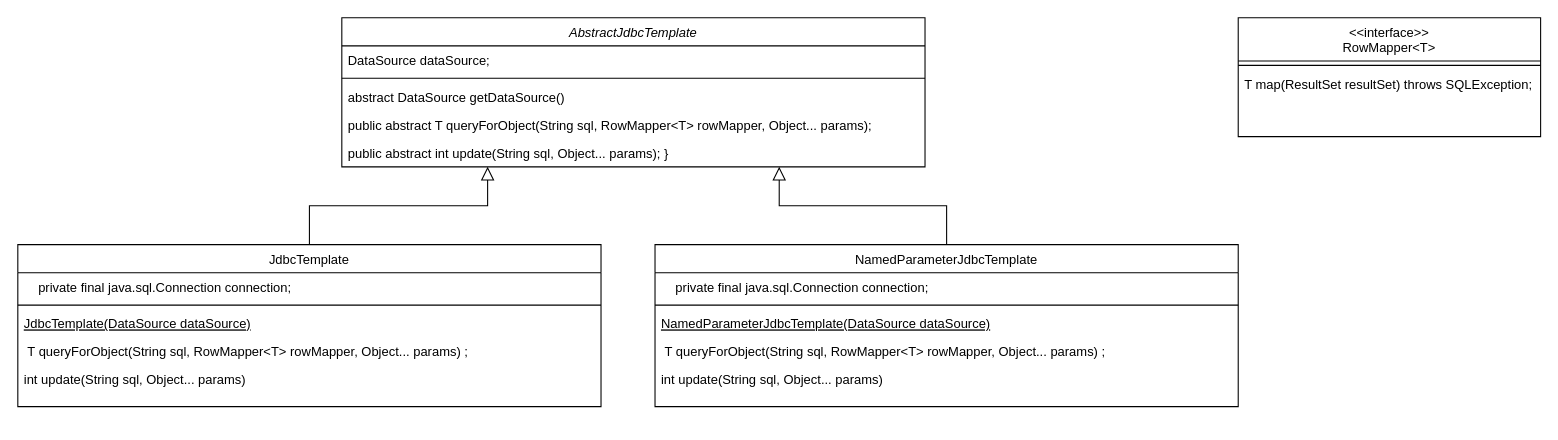
ValentynaBondarenko/jdbc-template keeps this draw.io diagram as JDBC-Template.drawio. Above is the earlier version. Source tidied: cells renumbered, new cells numbered last; positions are measured from the earlier drawing's top-left corner, leaving out a move shared by most shapes. Both pictures are drawn from the tidied source at 108%, with x=0, y=0 at pixel (17, 17).
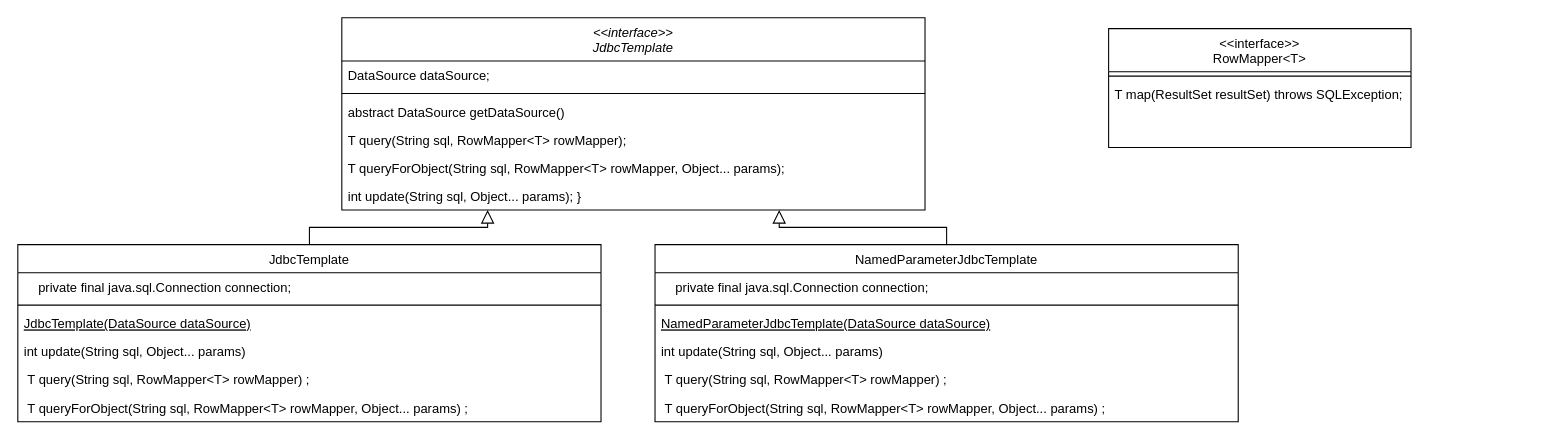
After the change.

What changed in the source:
```diff
@@
-    <mxCell id="2" value="AbstractJdbcTemplate" style="swimlane;fontStyle=2;align=center;verticalAlign=top;horizontal=1;startSize=26;rounded=0;shadow=0;strokeWidth=1;" parent="1" vertex="1">
-      <mxGeometry x="300" width="540" height="138" as="geometry" />
+    <mxCell id="2" value="&lt;&lt;interface&gt;&gt;&#10;JdbcTemplate" style="swimlane;fontStyle=2;align=center;verticalAlign=top;horizontal=1;startSize=40;rounded=0;shadow=0;strokeWidth=1;" parent="1" vertex="1">
+      <mxGeometry x="300" width="540" height="178" as="geometry" />
     </mxCell>
     <mxCell id="3" value="DataSource dataSource;" style="text;align=left;verticalAlign=top;spacingLeft=4;spacingRight=4;overflow=hidden;rounded=0;shadow=0;html=0;" parent="2" vertex="1">
-      <mxGeometry y="26" width="540" height="26" as="geometry" />
+      <mxGeometry y="40" width="540" height="26" as="geometry" />
     </mxCell>
     <mxCell id="4" style="line;html=1;strokeWidth=1;align=left;verticalAlign=middle;spacingTop=-1;spacingLeft=3;spacingRight=3;labelPosition=right;" parent="2" vertex="1">
-      <mxGeometry y="52" width="540" height="8" as="geometry" />
+      <mxGeometry y="66" width="540" height="8" as="geometry" />
     </mxCell>
     <mxCell id="5" value="abstract DataSource getDataSource()" style="text;align=left;verticalAlign=top;spacingLeft=4;spacingRight=4;overflow=hidden;" parent="2" vertex="1">
-      <mxGeometry y="60" width="540" height="26" as="geometry" />
+      <mxGeometry y="74" width="540" height="26" as="geometry" />
     </mxCell>
+    <mxCell id="25" value="T query(String sql, RowMapper&lt;T&gt; rowMapper); " style="text;align=left;verticalAlign=top;spacingLeft=4;spacingRight=4;overflow=hidden;" parent="2" vertex="1">
+      <mxGeometry y="100" width="540" height="26" as="geometry" />
+    </mxCell>
-    <mxCell id="6" value="  public abstract T queryForObject(String sql, RowMapper&lt;T&gt; rowMapper, Object... params); " style="text;align=left;verticalAlign=top;spacingLeft=4;spacingRight=4;overflow=hidden;" parent="2" vertex="1">
-      <mxGeometry y="86" width="540" height="26" as="geometry" />
+    <mxCell id="6" value="T queryForObject(String sql, RowMapper&lt;T&gt; rowMapper, Object... params); " style="text;align=left;verticalAlign=top;spacingLeft=4;spacingRight=4;overflow=hidden;" parent="2" vertex="1">
+      <mxGeometry y="126" width="540" height="26" as="geometry" />
     </mxCell>
-    <mxCell id="7" value="public abstract int update(String sql, Object... params); }" style="text;align=left;verticalAlign=top;spacingLeft=4;spacingRight=4;overflow=hidden;" parent="2" vertex="1">
-      <mxGeometry y="112" width="540" height="26" as="geometry" />
+    <mxCell id="7" value="int update(String sql, Object... params); }" style="text;align=left;verticalAlign=top;spacingLeft=4;spacingRight=4;overflow=hidden;" parent="2" vertex="1">
+      <mxGeometry y="152" width="540" height="26" as="geometry" />
     </mxCell>
     <mxCell id="8" value="JdbcTemplate" style="swimlane;fontStyle=0;align=center;verticalAlign=top;horizontal=1;startSize=26;rounded=0;shadow=0;strokeWidth=1;" parent="1" vertex="1">
-      <mxGeometry y="210" width="540" height="150" as="geometry" />
+      <mxGeometry y="210" width="540" height="164" as="geometry" />
     </mxCell>
@@
+    <mxCell id="13" value=" int update(String sql, Object... params) " style="text;align=left;verticalAlign=top;spacingLeft=4;spacingRight=4;overflow=hidden;" parent="8" vertex="1">
+      <mxGeometry y="86" width="540" height="26" as="geometry" />
+    </mxCell>
-    <mxCell id="12" value=" T queryForObject(String sql, RowMapper&lt;T&gt; rowMapper, Object... params) ;" style="text;align=left;verticalAlign=top;spacingLeft=4;spacingRight=4;overflow=hidden;" parent="8" vertex="1">
-      <mxGeometry y="86" width="540" height="26" as="geometry" />
+    <mxCell id="12" value=" T query(String sql, RowMapper&lt;T&gt; rowMapper) ;" style="text;align=left;verticalAlign=top;spacingLeft=4;spacingRight=4;overflow=hidden;" parent="8" vertex="1">
+      <mxGeometry y="112" width="540" height="26" as="geometry" />
     </mxCell>
-    <mxCell id="13" value=" int update(String sql, Object... params) " style="text;align=left;verticalAlign=top;spacingLeft=4;spacingRight=4;overflow=hidden;" parent="8" vertex="1">
-      <mxGeometry y="112" width="540" height="26" as="geometry" />
-    </mxCell>
+    <mxCell id="26" value=" T queryForObject(String sql, RowMapper&lt;T&gt; rowMapper, Object... params) ;" style="text;align=left;verticalAlign=top;spacingLeft=4;spacingRight=4;overflow=hidden;" parent="8" vertex="1">
+      <mxGeometry y="138" width="540" height="26" as="geometry" />
+    </mxCell>
@@
     <mxCell id="16" value="&lt;&lt;interface&gt;&gt;&#10;RowMapper&lt;T&gt;" style="swimlane;fontStyle=0;align=center;verticalAlign=top;horizontal=1;startSize=40;rounded=0;shadow=0;strokeWidth=1;" parent="1" vertex="1">
-      <mxGeometry x="1130" width="280" height="110" as="geometry" />
+      <mxGeometry x="1010" y="10" width="280" height="110" as="geometry" />
     </mxCell>
@@
     <mxCell id="19" value="NamedParameterJdbcTemplate" style="swimlane;fontStyle=0;align=center;verticalAlign=top;horizontal=1;startSize=26;rounded=0;shadow=0;strokeWidth=1;" parent="1" vertex="1">
-      <mxGeometry x="590" y="210" width="540" height="150" as="geometry" />
+      <mxGeometry x="590" y="210" width="540" height="164" as="geometry" />
     </mxCell>
@@
+    <mxCell id="24" value="int update(String sql, Object... params)" style="text;align=left;verticalAlign=top;spacingLeft=4;spacingRight=4;overflow=hidden;" parent="19" vertex="1">
+      <mxGeometry y="86" width="540" height="26" as="geometry" />
+    </mxCell>
-    <mxCell id="23" value=" T queryForObject(String sql, RowMapper&lt;T&gt; rowMapper, Object... params) ;" style="text;align=left;verticalAlign=top;spacingLeft=4;spacingRight=4;overflow=hidden;" parent="19" vertex="1">
-      <mxGeometry y="86" width="540" height="26" as="geometry" />
+    <mxCell id="23" value=" T query(String sql, RowMapper&lt;T&gt; rowMapper) ;" style="text;align=left;verticalAlign=top;spacingLeft=4;spacingRight=4;overflow=hidden;" parent="19" vertex="1">
+      <mxGeometry y="112" width="540" height="26" as="geometry" />
     </mxCell>
-    <mxCell id="24" value="int update(String sql, Object... params)" style="text;align=left;verticalAlign=top;spacingLeft=4;spacingRight=4;overflow=hidden;" parent="19" vertex="1">
-      <mxGeometry y="112" width="540" height="26" as="geometry" />
-    </mxCell>
+    <mxCell id="27" value=" T queryForObject(String sql, RowMapper&lt;T&gt; rowMapper, Object... params) ;" style="text;align=left;verticalAlign=top;spacingLeft=4;spacingRight=4;overflow=hidden;" parent="19" vertex="1">
+      <mxGeometry y="138" width="540" height="26" as="geometry" />
+    </mxCell>
```
